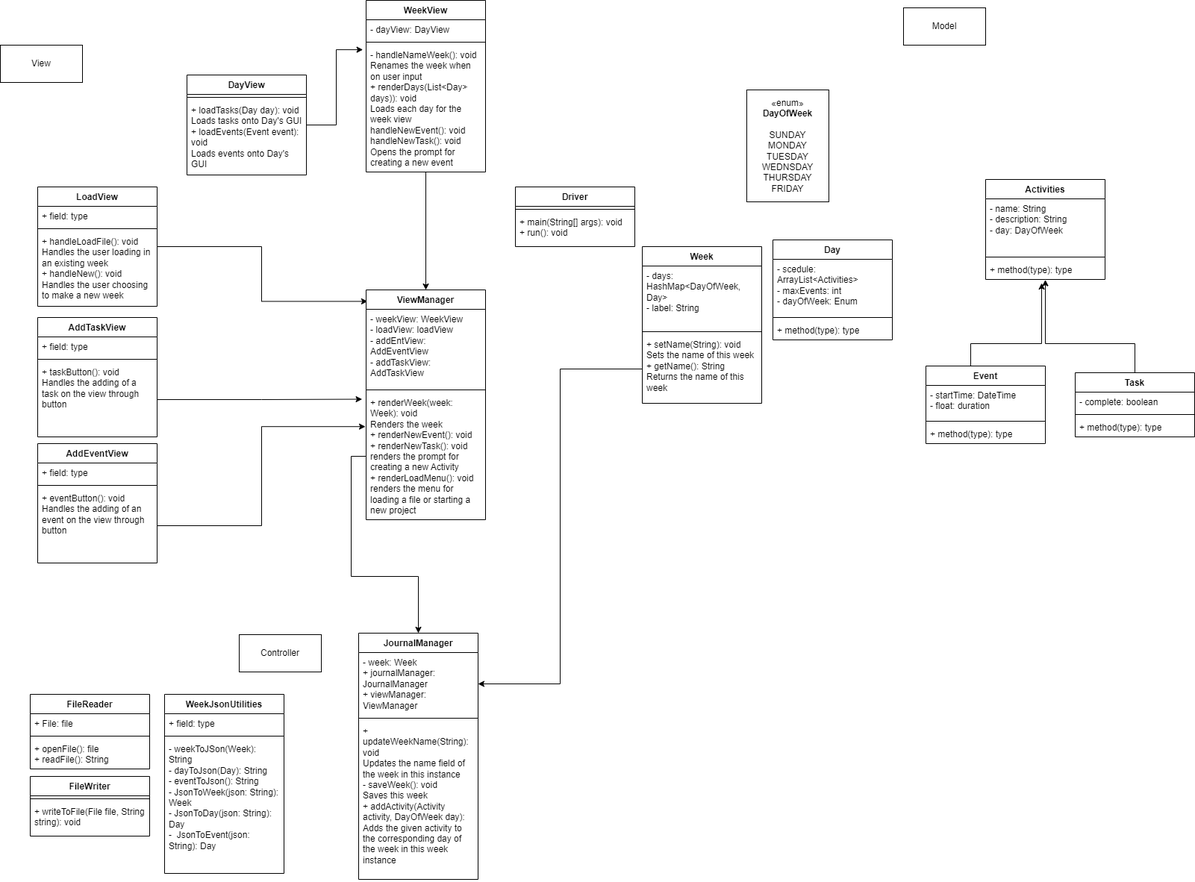
The draw.io diagram UML Class Diagram.png in benjaminsmeyer/WeeklyPlan, before a commit. Source tidied: cells renumbered, new cells last; positions are measured from the earlier drawing's top-left corner, leaving out a move shared by most shapes.
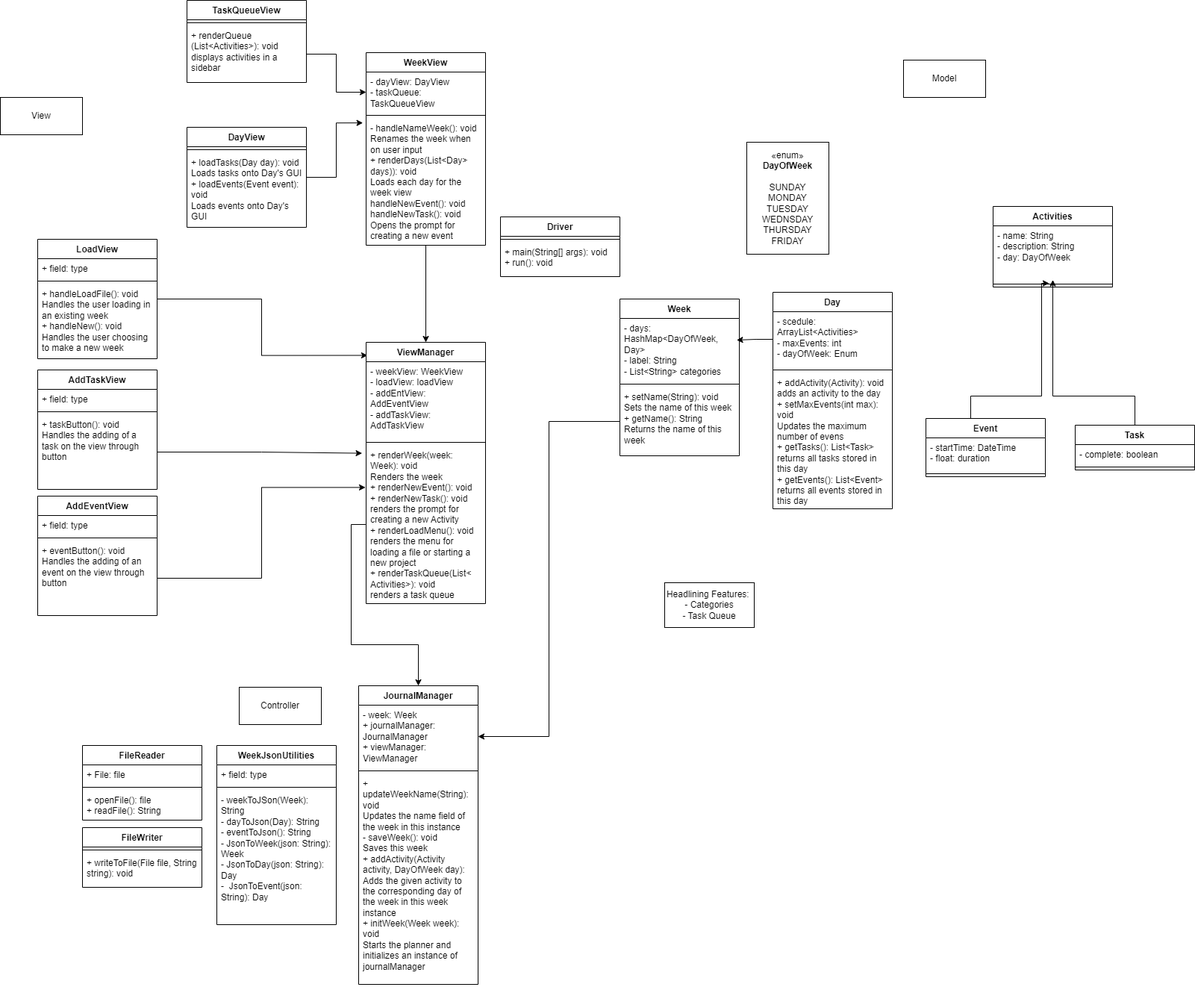
The same file after the commit.

Commit message:
Added UML Class Diagram

Diff of the diagram source:
```diff
@@ -5,5 +5,5 @@
     <mxCell id="2" value="Week&lt;br&gt;" style="swimlane;fontStyle=1;align=center;verticalAlign=top;horizontal=1;startSize=26;whiteSpace=wrap;html=1;" parent="1" vertex="1">
-      <mxGeometry x="860" y="330" width="160" height="210" as="geometry" />
+      <mxGeometry x="830" y="330" width="160" height="210" as="geometry" />
     </mxCell>
-    <mxCell id="3" value="- days: HashMap&amp;lt;DayOfWeek, Day&amp;gt;&lt;br&gt;- label: String" style="text;strokeColor=none;fillColor=none;align=left;verticalAlign=top;spacingLeft=4;spacingRight=4;overflow=hidden;points=[[0,0.5],[1,0.5]];portConstraint=eastwest;whiteSpace=wrap;html=1;" parent="2" vertex="1">
+    <mxCell id="3" value="- days: HashMap&amp;lt;DayOfWeek, Day&amp;gt;&lt;br&gt;- label: String&lt;br&gt;- List&amp;lt;String&amp;gt; categories" style="text;strokeColor=none;fillColor=none;align=left;verticalAlign=top;spacingLeft=4;spacingRight=4;overflow=hidden;points=[[0,0.5],[1,0.5]];portConstraint=eastwest;whiteSpace=wrap;html=1;" parent="2" vertex="1">
       <mxGeometry y="26" width="160" height="84" as="geometry" />
@@ -17,3 +17,3 @@
     <mxCell id="6" value="Day" style="swimlane;fontStyle=1;align=center;verticalAlign=top;horizontal=1;startSize=26;whiteSpace=wrap;html=1;" parent="1" vertex="1">
-      <mxGeometry x="1035" y="321" width="160" height="134" as="geometry" />
+      <mxGeometry x="1035" y="321" width="160" height="290" as="geometry" />
     </mxCell>
@@ -25,7 +25,7 @@
     </mxCell>
-    <mxCell id="9" value="+ method(type): type" style="text;strokeColor=none;fillColor=none;align=left;verticalAlign=top;spacingLeft=4;spacingRight=4;overflow=hidden;whiteSpace=wrap;html=1;" parent="6" vertex="1">
-      <mxGeometry y="108" width="160" height="26" as="geometry" />
+    <mxCell id="9" value="+ addActivity(Activity): void&lt;br&gt;adds an activity to the day&lt;br&gt;+ setMaxEvents(int max): void&lt;br&gt;Updates the maximum number of evens&lt;br&gt;+ getTasks(): List&amp;lt;Task&amp;gt;&lt;br&gt;returns all tasks stored in this day&lt;br&gt;+ getEvents(): List&amp;lt;Event&amp;gt;&amp;nbsp;&lt;br&gt;returns all events stored in this day" style="text;strokeColor=none;fillColor=none;align=left;verticalAlign=top;spacingLeft=4;spacingRight=4;overflow=hidden;whiteSpace=wrap;html=1;" parent="6" vertex="1">
+      <mxGeometry y="108" width="160" height="182" as="geometry" />
     </mxCell>
     <mxCell id="10" value="Activities" style="swimlane;fontStyle=1;align=center;verticalAlign=top;horizontal=1;startSize=26;whiteSpace=wrap;html=1;" parent="1" vertex="1">
-      <mxGeometry x="1320" y="240" width="160" height="134" as="geometry" />
+      <mxGeometry x="1330" y="206" width="160" height="108" as="geometry" />
     </mxCell>
@@ -37,7 +37,5 @@
     </mxCell>
-    <mxCell id="13" value="+ method(type): type" style="text;strokeColor=none;fillColor=none;align=left;verticalAlign=top;spacingLeft=4;spacingRight=4;overflow=hidden;points=[[0,0.5],[1,0.5]];portConstraint=eastwest;whiteSpace=wrap;html=1;" parent="10" vertex="1">
-      <mxGeometry y="108" width="160" height="26" as="geometry" />
-    </mxCell>
-    <mxCell id="14" style="edgeStyle=orthogonalEdgeStyle;rounded=0;jettySize=auto;html=1;entryX=0.5;entryY=1.019;entryDx=0;entryDy=0;entryPerimeter=0;exitX=0.5;exitY=0;exitDx=0;exitDy=0;" parent="1" edge="1" source="15" target="13">
+    <mxCell id="14" style="edgeStyle=orthogonalEdgeStyle;rounded=0;jettySize=auto;html=1;entryX=0.5;entryY=1.019;entryDx=0;entryDy=0;entryPerimeter=0;exitX=0.5;exitY=0;exitDx=0;exitDy=0;" parent="1" edge="1" source="15">
       <mxGeometry relative="1" as="geometry">
+        <mxPoint x="1410" y="304.5" as="targetPoint" />
         <Array as="points">
@@ -50,3 +48,3 @@
     <mxCell id="15" value="Task" style="swimlane;fontStyle=1;align=center;verticalAlign=top;horizontal=1;startSize=26;whiteSpace=wrap;html=1;" parent="1" vertex="1">
-      <mxGeometry x="1440" y="499" width="160" height="86" as="geometry" />
+      <mxGeometry x="1440" y="499" width="160" height="60" as="geometry" />
     </mxCell>
@@ -58,7 +56,5 @@
     </mxCell>
-    <mxCell id="18" value="+ method(type): type" style="text;strokeColor=none;fillColor=none;align=left;verticalAlign=top;spacingLeft=4;spacingRight=4;overflow=hidden;whiteSpace=wrap;html=1;" parent="15" vertex="1">
-      <mxGeometry y="60" width="160" height="26" as="geometry" />
-    </mxCell>
-    <mxCell id="19" style="edgeStyle=orthogonalEdgeStyle;rounded=0;jettySize=auto;html=1;entryX=0.469;entryY=1.192;entryDx=0;entryDy=0;entryPerimeter=0;" parent="1" edge="1" source="20" target="13">
+    <mxCell id="19" style="edgeStyle=orthogonalEdgeStyle;rounded=0;jettySize=auto;html=1;entryX=0.469;entryY=1.192;entryDx=0;entryDy=0;entryPerimeter=0;" parent="1" edge="1" source="20">
       <mxGeometry relative="1" as="geometry">
+        <mxPoint x="1405" y="309" as="targetPoint" />
         <Array as="points">
@@ -70,3 +66,3 @@
     <mxCell id="20" value="Event" style="swimlane;fontStyle=1;align=center;verticalAlign=top;horizontal=1;startSize=26;whiteSpace=wrap;html=1;" parent="1" vertex="1">
-      <mxGeometry x="1240" y="490" width="160" height="104" as="geometry" />
+      <mxGeometry x="1240" y="490" width="160" height="78" as="geometry" />
     </mxCell>
@@ -78,5 +74,2 @@
     </mxCell>
-    <mxCell id="23" value="+ method(type): type" style="text;strokeColor=none;fillColor=none;align=left;verticalAlign=top;spacingLeft=4;spacingRight=4;overflow=hidden;whiteSpace=wrap;html=1;" parent="20" vertex="1">
-      <mxGeometry y="78" width="160" height="26" as="geometry" />
-    </mxCell>
     <mxCell id="24" value="«enum»&lt;br&gt;&lt;b&gt;DayOfWeek&lt;/b&gt;&lt;br&gt;&lt;br&gt;SUNDAY&lt;br&gt;MONDAY&lt;br&gt;TUESDAY&lt;br&gt;WEDNSDAY&lt;br&gt;THURSDAY&lt;br&gt;FRIDAY" style="html=1;whiteSpace=wrap;" parent="1" vertex="1">
@@ -85,3 +78,3 @@
     <mxCell id="25" value="WeekJsonUtilities" style="swimlane;fontStyle=1;align=center;verticalAlign=top;horizontal=1;startSize=26;whiteSpace=wrap;html=1;" parent="1" vertex="1">
-      <mxGeometry x="220" y="930" width="160" height="240" as="geometry" />
+      <mxGeometry x="290" y="928" width="160" height="240" as="geometry" />
     </mxCell>
@@ -97,3 +90,3 @@
     <mxCell id="29" value="FileReader" style="swimlane;fontStyle=1;align=center;verticalAlign=top;horizontal=1;startSize=26;whiteSpace=wrap;html=1;" parent="1" vertex="1">
-      <mxGeometry x="40" y="930" width="160" height="100" as="geometry" />
+      <mxGeometry x="110" y="928" width="160" height="100" as="geometry" />
     </mxCell>
@@ -109,3 +102,3 @@
     <mxCell id="33" value="FileWriter" style="swimlane;fontStyle=1;align=center;verticalAlign=top;horizontal=1;startSize=26;whiteSpace=wrap;html=1;" parent="1" vertex="1">
-      <mxGeometry x="40" y="1040" width="160" height="80" as="geometry" />
+      <mxGeometry x="110" y="1038" width="160" height="80" as="geometry" />
     </mxCell>
@@ -118,3 +111,3 @@
     <mxCell id="36" value="Driver" style="swimlane;fontStyle=1;align=center;verticalAlign=top;horizontal=1;startSize=26;whiteSpace=wrap;html=1;" parent="1" vertex="1">
-      <mxGeometry x="690" y="250" width="160" height="80" as="geometry" />
+      <mxGeometry x="670" y="220" width="160" height="80" as="geometry" />
     </mxCell>
@@ -130,12 +123,12 @@
     <mxCell id="40" value="WeekView" style="swimlane;fontStyle=1;align=center;verticalAlign=top;horizontal=1;startSize=26;whiteSpace=wrap;html=1;" parent="1" vertex="1">
-      <mxGeometry x="490" width="160" height="230" as="geometry" />
+      <mxGeometry x="490" width="160" height="258" as="geometry" />
     </mxCell>
-    <mxCell id="41" value="- dayView: DayView" style="text;strokeColor=none;fillColor=none;align=left;verticalAlign=top;spacingLeft=4;spacingRight=4;overflow=hidden;points=[[0,0.5],[1,0.5]];portConstraint=eastwest;whiteSpace=wrap;html=1;" parent="40" vertex="1">
-      <mxGeometry y="26" width="160" height="26" as="geometry" />
+    <mxCell id="41" value="- dayView: DayView&lt;br&gt;- taskQueue: TaskQueueView" style="text;strokeColor=none;fillColor=none;align=left;verticalAlign=top;spacingLeft=4;spacingRight=4;overflow=hidden;points=[[0,0.5],[1,0.5]];portConstraint=eastwest;whiteSpace=wrap;html=1;" parent="40" vertex="1">
+      <mxGeometry y="26" width="160" height="54" as="geometry" />
     </mxCell>
     <mxCell id="42" style="line;strokeWidth=1;fillColor=none;align=left;verticalAlign=middle;spacingTop=-1;spacingLeft=3;spacingRight=3;labelPosition=right;strokeColor=inherit;" parent="40" vertex="1">
-      <mxGeometry y="52" width="160" height="8" as="geometry" />
+      <mxGeometry y="80" width="160" height="8" as="geometry" />
     </mxCell>
     <mxCell id="43" value="- handleNameWeek(): void&lt;br&gt;Renames the week when on user input&lt;br&gt;+ renderDays(List&amp;lt;Day&amp;gt; days)): void&lt;br&gt;Loads each day for the week view&lt;br&gt;handleNewEvent(): void&lt;br&gt;handleNewTask(): void&lt;br&gt;Opens the prompt for creating a new event" style="text;strokeColor=none;fillColor=none;align=left;verticalAlign=top;spacingLeft=4;spacingRight=4;overflow=hidden;points=[[0,0.5],[1,0.5]];portConstraint=eastwest;whiteSpace=wrap;html=1;" parent="40" vertex="1">
-      <mxGeometry y="60" width="160" height="170" as="geometry" />
+      <mxGeometry y="88" width="160" height="170" as="geometry" />
     </mxCell>
@@ -202,3 +195,3 @@
     <mxCell id="64" value="JournalManager" style="swimlane;fontStyle=1;align=center;verticalAlign=top;horizontal=1;startSize=26;whiteSpace=wrap;html=1;" parent="1" vertex="1">
-      <mxGeometry x="480" y="848" width="160" height="330" as="geometry" />
+      <mxGeometry x="480" y="848" width="160" height="400" as="geometry" />
     </mxCell>
@@ -210,7 +203,7 @@
     </mxCell>
-    <mxCell id="67" value="+ updateWeekName(String): void&lt;br&gt;Updates the name field of the week in this instance&lt;br&gt;- saveWeek(): void&lt;br&gt;Saves this week&lt;br&gt;+ addActivity(Activity activity, DayOfWeek day): Adds the given activity to the corresponding day of the week in this week instance" style="text;strokeColor=none;fillColor=none;align=left;verticalAlign=top;spacingLeft=4;spacingRight=4;overflow=hidden;whiteSpace=wrap;html=1;" parent="64" vertex="1">
-      <mxGeometry y="118" width="160" height="212" as="geometry" />
+    <mxCell id="67" value="+ updateWeekName(String): void&lt;br&gt;Updates the name field of the week in this instance&lt;br&gt;- saveWeek(): void&lt;br&gt;Saves this week&lt;br&gt;+ addActivity(Activity activity, DayOfWeek day): Adds the given activity to the corresponding day of the week in this week instance&lt;br&gt;+ initWeek(Week week): void&lt;br&gt;Starts the planner and initializes an instance of journalManager" style="text;strokeColor=none;fillColor=none;align=left;verticalAlign=top;spacingLeft=4;spacingRight=4;overflow=hidden;whiteSpace=wrap;html=1;" parent="64" vertex="1">
+      <mxGeometry y="118" width="160" height="282" as="geometry" />
     </mxCell>
     <mxCell id="68" value="ViewManager" style="swimlane;fontStyle=1;align=center;verticalAlign=top;horizontal=1;startSize=26;whiteSpace=wrap;html=1;" parent="1" vertex="1">
-      <mxGeometry x="490" y="388" width="160" height="308" as="geometry" />
+      <mxGeometry x="490" y="388" width="160" height="350" as="geometry" />
     </mxCell>
@@ -222,4 +215,4 @@
     </mxCell>
-    <mxCell id="71" value="+ renderWeek(week: Week): void&lt;br&gt;Renders the week&lt;br&gt;+ renderNewEvent(): void&lt;br&gt;+ renderNewTask(): void&lt;br&gt;renders the prompt for creating a new Activity&lt;br&gt;+ renderLoadMenu(): void&lt;br&gt;renders the menu for loading a file or starting a new project" style="text;strokeColor=none;fillColor=none;align=left;verticalAlign=top;spacingLeft=4;spacingRight=4;overflow=hidden;points=[[0,0.5],[1,0.5]];portConstraint=eastwest;whiteSpace=wrap;html=1;" parent="68" vertex="1">
-      <mxGeometry y="138" width="160" height="170" as="geometry" />
+    <mxCell id="71" value="+ renderWeek(week: Week): void&lt;br&gt;Renders the week&lt;br&gt;+ renderNewEvent(): void&lt;br&gt;+ renderNewTask(): void&lt;br&gt;renders the prompt for creating a new Activity&lt;br&gt;+ renderLoadMenu(): void&lt;br&gt;renders the menu for loading a file or starting a new project&lt;br&gt;+ renderTaskQueue(List&amp;lt;&lt;br&gt;Activities&amp;gt;): void&lt;br&gt;renders a task queue" style="text;strokeColor=none;fillColor=none;align=left;verticalAlign=top;spacingLeft=4;spacingRight=4;overflow=hidden;points=[[0,0.5],[1,0.5]];portConstraint=eastwest;whiteSpace=wrap;html=1;" parent="68" vertex="1">
+      <mxGeometry y="138" width="160" height="212" as="geometry" />
     </mxCell>
@@ -237,2 +230,20 @@
     </mxCell>
+    <mxCell id="76" value="TaskQueueView" style="swimlane;fontStyle=1;align=center;verticalAlign=top;horizontal=1;startSize=26;whiteSpace=wrap;html=1;" parent="1" vertex="1">
+      <mxGeometry x="250" y="-70" width="160" height="110" as="geometry" />
+    </mxCell>
+    <mxCell id="77" style="line;strokeWidth=1;fillColor=none;align=left;verticalAlign=middle;spacingTop=-1;spacingLeft=3;spacingRight=3;labelPosition=right;strokeColor=inherit;" parent="76" vertex="1">
+      <mxGeometry y="26" width="160" height="8" as="geometry" />
+    </mxCell>
+    <mxCell id="78" value="+ renderQueue&lt;br&gt;(List&amp;lt;Activities&amp;gt;): void&lt;br&gt;displays activities in a sidebar" style="text;strokeColor=none;fillColor=none;align=left;verticalAlign=top;spacingLeft=4;spacingRight=4;overflow=hidden;points=[[0,0.5],[1,0.5]];portConstraint=eastwest;whiteSpace=wrap;html=1;" parent="76" vertex="1">
+      <mxGeometry y="34" width="160" height="76" as="geometry" />
+    </mxCell>
+    <mxCell id="79" style="edgeStyle=orthogonalEdgeStyle;rounded=0;jettySize=auto;html=1;entryX=0;entryY=0.5;entryDx=0;entryDy=0;" parent="1" edge="1" source="78" target="41">
+      <mxGeometry relative="1" as="geometry" />
+    </mxCell>
+    <mxCell id="80" style="edgeStyle=orthogonalEdgeStyle;rounded=0;jettySize=auto;html=1;entryX=0.978;entryY=0.345;entryDx=0;entryDy=0;entryPerimeter=0;" parent="1" edge="1" source="7" target="3">
+      <mxGeometry relative="1" as="geometry" />
+    </mxCell>
+    <mxCell id="81" value="Headlining Features:&amp;nbsp;&lt;br&gt;- Categories&lt;br&gt;- Task Queue" style="rounded=0;whiteSpace=wrap;html=1;" parent="1" vertex="1">
+      <mxGeometry x="890" y="710" width="120" height="60" as="geometry" />
+    </mxCell>
   </root>
```
